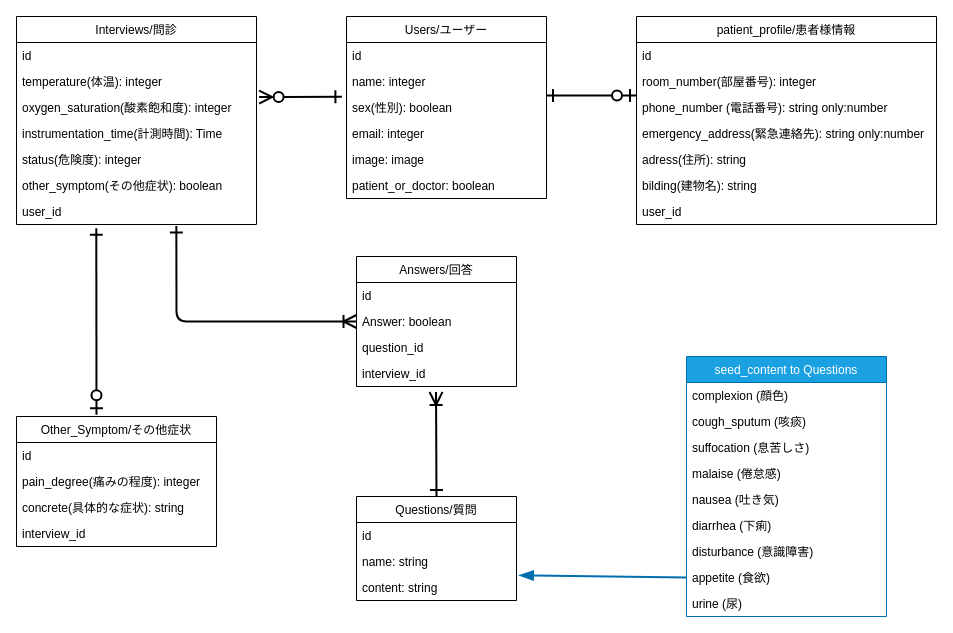
Earlier version of the draw.io diagram README参考資料/er図.drawio (wakametarou/COVID-MGR). Source tidied: cells renumbered, new cells numbered last; positions are measured from the earlier drawing's top-left corner, leaving out a move shared by most shapes. Both pictures are drawn from the tidied source at 100%, with x=0, y=0 at pixel (16, 16).
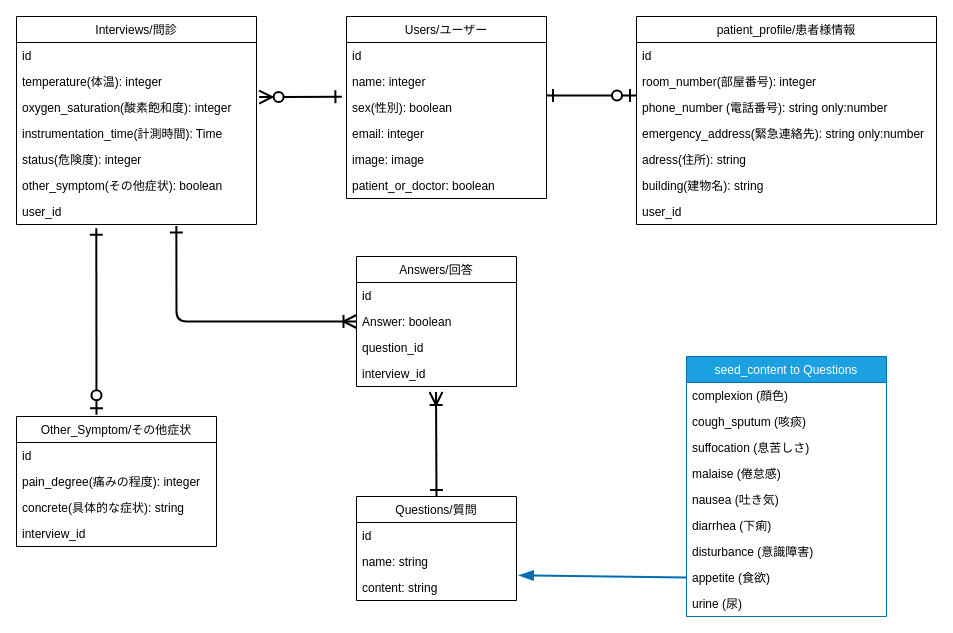
After the change.

Unchanged cells that the change refers to:
```xml
<mxCell id="18" value="patient_profile/患者様情報" style="swimlane;fontStyle=0;horizontal=1;startSize=26;" parent="1" vertex="1">
  <mxGeometry x="620" width="300" height="208" as="geometry" />
</mxCell>
```

What changed in the source:
```diff
@@
-    <mxCell id="24" value="bilding(建物名): string" style="text;strokeColor=none;fillColor=none;align=left;verticalAlign=top;spacingLeft=4;spacingRight=4;overflow=hidden;" parent="18" vertex="1">
+    <mxCell id="24" value="building(建物名): string" style="text;strokeColor=none;fillColor=none;align=left;verticalAlign=top;spacingLeft=4;spacingRight=4;overflow=hidden;" parent="18" vertex="1">
       <mxGeometry y="156" width="300" height="26" as="geometry" />
     </mxCell>
```
